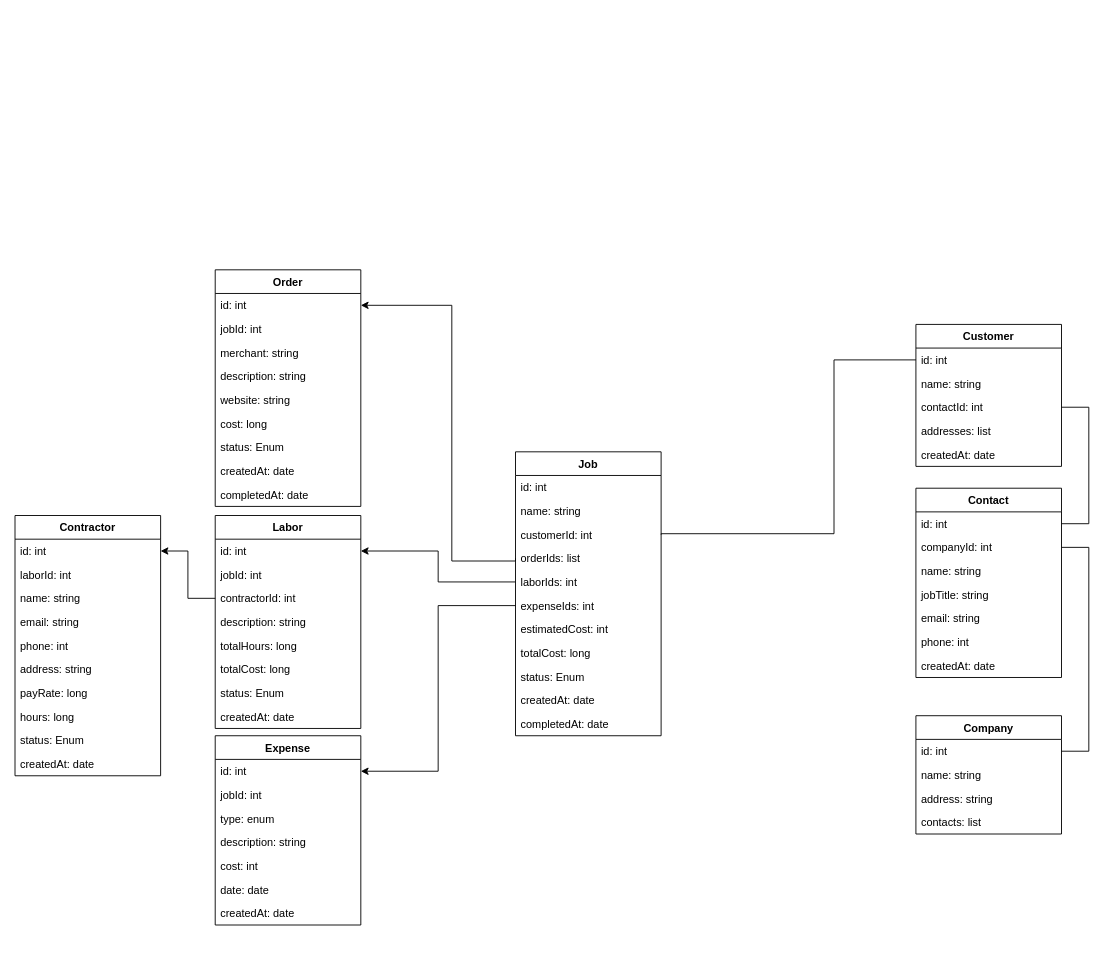
This is Database Relationships.drawio from joshuarreid/JobManager, a draw.io file, before an edit. Source tidied: cells renumbered, new cells numbered last; positions are measured from the earlier drawing's top-left corner, leaving out a move shared by most shapes. Both pictures are drawn from the tidied source at 91%, with x=0, y=0 at pixel (15, 269).
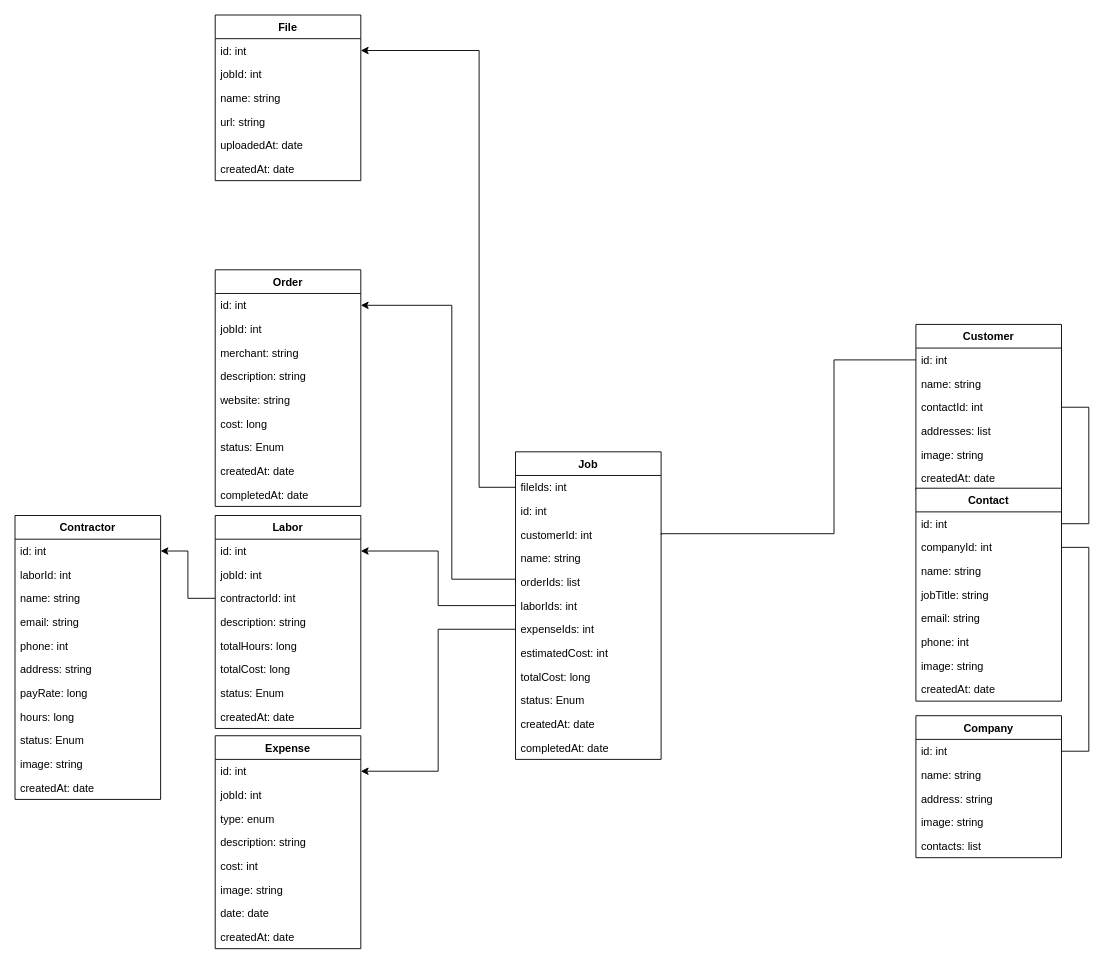
The same diagram, later.

Unchanged cells that the change refers to:
```xml
<mxCell id="34" value="id: int" style="text;strokeColor=none;fillColor=none;align=left;verticalAlign=top;spacingLeft=4;spacingRight=4;overflow=hidden;points=[[0,0.5],[1,0.5]];portConstraint=eastwest;" parent="33" vertex="1">
  <mxGeometry y="26" width="160" height="26" as="geometry" />
</mxCell>
```

The edit, as a diff of the source:
```diff
@@
     <mxCell id="2" value="Customer" style="swimlane;fontStyle=1;align=center;verticalAlign=top;horizontal=1;startSize=26;" parent="1" vertex="1">
-      <mxGeometry x="990" y="60" width="160" height="156" as="geometry" />
+      <mxGeometry x="990" y="60" width="160" height="182" as="geometry" />
     </mxCell>
@@
+    <mxCell id="78" value="image: string" style="text;strokeColor=none;fillColor=none;align=left;verticalAlign=top;spacingLeft=4;spacingRight=4;overflow=hidden;" parent="2" vertex="1">
+      <mxGeometry y="130" width="160" height="26" as="geometry" />
+    </mxCell>
     <mxCell id="7" value="createdAt: date " style="text;strokeColor=none;fillColor=none;align=left;verticalAlign=top;spacingLeft=4;spacingRight=4;overflow=hidden;" parent="2" vertex="1">
-      <mxGeometry y="130" width="160" height="26" as="geometry" />
+      <mxGeometry y="156" width="160" height="26" as="geometry" />
     </mxCell>
     <mxCell id="8" value="Company" style="swimlane;fontStyle=1;align=center;verticalAlign=top;horizontal=1;startSize=26;" parent="1" vertex="1">
-      <mxGeometry x="990" y="490" width="160" height="130" as="geometry" />
+      <mxGeometry x="990" y="490" width="160" height="156" as="geometry" />
     </mxCell>
@@
+    <mxCell id="79" value="image: string" style="text;strokeColor=none;fillColor=none;align=left;verticalAlign=top;spacingLeft=4;spacingRight=4;overflow=hidden;" parent="8" vertex="1">
+      <mxGeometry y="104" width="160" height="26" as="geometry" />
+    </mxCell>
     <mxCell id="12" value="contacts: list" style="text;strokeColor=none;fillColor=none;align=left;verticalAlign=top;spacingLeft=4;spacingRight=4;overflow=hidden;" parent="8" vertex="1">
-      <mxGeometry y="104" width="160" height="26" as="geometry" />
+      <mxGeometry y="130" width="160" height="26" as="geometry" />
     </mxCell>
     <mxCell id="13" value="Contact" style="swimlane;fontStyle=1;align=center;verticalAlign=top;horizontal=1;startSize=26;" parent="1" vertex="1">
-      <mxGeometry x="990" y="240" width="160" height="208" as="geometry" />
+      <mxGeometry x="990" y="240" width="160" height="234" as="geometry" />
     </mxCell>
@@
+    <mxCell id="80" value="image: string" style="text;strokeColor=none;fillColor=none;align=left;verticalAlign=top;spacingLeft=4;spacingRight=4;overflow=hidden;" parent="13" vertex="1">
+      <mxGeometry y="182" width="160" height="26" as="geometry" />
+    </mxCell>
     <mxCell id="20" value="createdAt: date " style="text;strokeColor=none;fillColor=none;align=left;verticalAlign=top;spacingLeft=4;spacingRight=4;overflow=hidden;" parent="13" vertex="1">
-      <mxGeometry y="182" width="160" height="26" as="geometry" />
+      <mxGeometry y="208" width="160" height="26" as="geometry" />
     </mxCell>
     <mxCell id="21" value="Job" style="swimlane;fontStyle=1;align=center;verticalAlign=top;horizontal=1;startSize=26;" parent="1" vertex="1">
-      <mxGeometry x="550" y="200" width="160" height="312" as="geometry" />
+      <mxGeometry x="550" y="200" width="160" height="338" as="geometry" />
     </mxCell>
+    <mxCell id="81" value="fileIds: int" style="text;strokeColor=none;fillColor=none;align=left;verticalAlign=top;spacingLeft=4;spacingRight=4;overflow=hidden;points=[[0,0.5],[1,0.5]];portConstraint=eastwest;" parent="21" vertex="1">
+      <mxGeometry y="26" width="160" height="26" as="geometry" />
+    </mxCell>
     <mxCell id="22" value="id: int" style="text;strokeColor=none;fillColor=none;align=left;verticalAlign=top;spacingLeft=4;spacingRight=4;overflow=hidden;" parent="21" vertex="1">
-      <mxGeometry y="26" width="160" height="26" as="geometry" />
+      <mxGeometry y="52" width="160" height="26" as="geometry" />
     </mxCell>
+    <mxCell id="24" value="customerId: int" style="text;strokeColor=none;fillColor=none;align=left;verticalAlign=top;spacingLeft=4;spacingRight=4;overflow=hidden;points=[[0,0.5],[1,0.5]];portConstraint=eastwest;" parent="21" vertex="1">
+      <mxGeometry y="78" width="160" height="26" as="geometry" />
+    </mxCell>
     <mxCell id="23" value="name: string" style="text;strokeColor=none;fillColor=none;align=left;verticalAlign=top;spacingLeft=4;spacingRight=4;overflow=hidden;" parent="21" vertex="1">
-      <mxGeometry y="52" width="160" height="26" as="geometry" />
+      <mxGeometry y="104" width="160" height="26" as="geometry" />
     </mxCell>
-    <mxCell id="24" value="customerId: int" style="text;strokeColor=none;fillColor=none;align=left;verticalAlign=top;spacingLeft=4;spacingRight=4;overflow=hidden;points=[[0,0.5],[1,0.5]];portConstraint=eastwest;" parent="21" vertex="1">
-      <mxGeometry y="78" width="160" height="26" as="geometry" />
-    </mxCell>
     <mxCell id="25" value="orderIds: list" style="text;strokeColor=none;fillColor=none;align=left;verticalAlign=top;spacingLeft=4;spacingRight=4;overflow=hidden;points=[[0,0.5],[1,0.5]];portConstraint=eastwest;" parent="21" vertex="1">
-      <mxGeometry y="104" width="160" height="26" as="geometry" />
+      <mxGeometry y="130" width="160" height="26" as="geometry" />
     </mxCell>
     <mxCell id="26" value="laborIds: int" style="text;strokeColor=none;fillColor=none;align=left;verticalAlign=top;spacingLeft=4;spacingRight=4;overflow=hidden;points=[[0,0.5],[1,0.5]];portConstraint=eastwest;" parent="21" vertex="1">
-      <mxGeometry y="130" width="160" height="26" as="geometry" />
+      <mxGeometry y="156" width="160" height="26" as="geometry" />
     </mxCell>
     <mxCell id="27" value="expenseIds: int" style="text;strokeColor=none;fillColor=none;align=left;verticalAlign=top;spacingLeft=4;spacingRight=4;overflow=hidden;points=[[0,0.5],[1,0.5]];portConstraint=eastwest;" parent="21" vertex="1">
-      <mxGeometry y="156" width="160" height="26" as="geometry" />
+      <mxGeometry y="182" width="160" height="26" as="geometry" />
     </mxCell>
     <mxCell id="28" value="estimatedCost: int" style="text;strokeColor=none;fillColor=none;align=left;verticalAlign=top;spacingLeft=4;spacingRight=4;overflow=hidden;" parent="21" vertex="1">
-      <mxGeometry y="182" width="160" height="26" as="geometry" />
+      <mxGeometry y="208" width="160" height="26" as="geometry" />
     </mxCell>
     <mxCell id="29" value="totalCost: long" style="text;strokeColor=none;fillColor=none;align=left;verticalAlign=top;spacingLeft=4;spacingRight=4;overflow=hidden;" parent="21" vertex="1">
-      <mxGeometry y="208" width="160" height="26" as="geometry" />
+      <mxGeometry y="234" width="160" height="26" as="geometry" />
     </mxCell>
     <mxCell id="30" value="status: Enum" style="text;strokeColor=none;fillColor=none;align=left;verticalAlign=top;spacingLeft=4;spacingRight=4;overflow=hidden;" parent="21" vertex="1">
-      <mxGeometry y="234" width="160" height="26" as="geometry" />
+      <mxGeometry y="260" width="160" height="26" as="geometry" />
     </mxCell>
     <mxCell id="31" value="createdAt: date " style="text;strokeColor=none;fillColor=none;align=left;verticalAlign=top;spacingLeft=4;spacingRight=4;overflow=hidden;" parent="21" vertex="1">
-      <mxGeometry y="260" width="160" height="26" as="geometry" />
+      <mxGeometry y="286" width="160" height="26" as="geometry" />
     </mxCell>
     <mxCell id="32" value="completedAt: date " style="text;strokeColor=none;fillColor=none;align=left;verticalAlign=top;spacingLeft=4;spacingRight=4;overflow=hidden;" parent="21" vertex="1">
-      <mxGeometry y="286" width="160" height="26" as="geometry" />
+      <mxGeometry y="312" width="160" height="26" as="geometry" />
     </mxCell>
@@
     <mxCell id="55" value="Expense" style="swimlane;fontStyle=1;align=center;verticalAlign=top;horizontal=1;startSize=26;" parent="1" vertex="1">
-      <mxGeometry x="220" y="512" width="160" height="208" as="geometry" />
+      <mxGeometry x="220" y="512" width="160" height="234" as="geometry" />
     </mxCell>
@@
+    <mxCell id="82" value="image: string" style="text;strokeColor=none;fillColor=none;align=left;verticalAlign=top;spacingLeft=4;spacingRight=4;overflow=hidden;" parent="55" vertex="1">
+      <mxGeometry y="156" width="160" height="26" as="geometry" />
+    </mxCell>
     <mxCell id="61" value="date: date" style="text;strokeColor=none;fillColor=none;align=left;verticalAlign=top;spacingLeft=4;spacingRight=4;overflow=hidden;" parent="55" vertex="1">
-      <mxGeometry y="156" width="160" height="26" as="geometry" />
+      <mxGeometry y="182" width="160" height="26" as="geometry" />
     </mxCell>
     <mxCell id="62" value="createdAt: date " style="text;strokeColor=none;fillColor=none;align=left;verticalAlign=top;spacingLeft=4;spacingRight=4;overflow=hidden;" parent="55" vertex="1">
-      <mxGeometry y="182" width="160" height="26" as="geometry" />
+      <mxGeometry y="208" width="160" height="26" as="geometry" />
     </mxCell>
     <mxCell id="63" value="Contractor" style="swimlane;fontStyle=1;align=center;verticalAlign=top;horizontal=1;startSize=26;" parent="1" vertex="1">
-      <mxGeometry y="270" width="160" height="286" as="geometry" />
+      <mxGeometry y="270" width="160" height="312" as="geometry" />
     </mxCell>
@@
+    <mxCell id="83" value="image: string" style="text;strokeColor=none;fillColor=none;align=left;verticalAlign=top;spacingLeft=4;spacingRight=4;overflow=hidden;" parent="63" vertex="1">
+      <mxGeometry y="260" width="160" height="26" as="geometry" />
+    </mxCell>
     <mxCell id="73" value="createdAt: date " style="text;strokeColor=none;fillColor=none;align=left;verticalAlign=top;spacingLeft=4;spacingRight=4;overflow=hidden;" parent="63" vertex="1">
-      <mxGeometry y="260" width="160" height="26" as="geometry" />
+      <mxGeometry y="286" width="160" height="26" as="geometry" />
     </mxCell>
@@
     <mxCell id="75" style="edgeStyle=orthogonalEdgeStyle;rounded=0;jettySize=auto;html=1;exitX=0;exitY=0.5;exitDx=0;exitDy=0;entryX=1;entryY=0.5;entryDx=0;entryDy=0;" parent="1" edge="1" source="25" target="34">
       <mxGeometry relative="1" as="geometry">
         <Array as="points">
-          <mxPoint x="550" y="320" />
-          <mxPoint x="480" y="320" />
+          <mxPoint x="550" y="340" />
+          <mxPoint x="480" y="340" />
           <mxPoint x="480" y="39" />
         </Array>
       </mxGeometry>
     </mxCell>
@@
+    <mxCell id="84" value="File" style="swimlane;fontStyle=1;align=center;verticalAlign=top;horizontal=1;startSize=26;" parent="1" vertex="1">
+      <mxGeometry x="220" y="-280" width="160" height="182" as="geometry" />
+    </mxCell>
+    <mxCell id="85" value="id: int" style="text;strokeColor=none;fillColor=none;align=left;verticalAlign=top;spacingLeft=4;spacingRight=4;overflow=hidden;points=[[0,0.5],[1,0.5]];portConstraint=eastwest;" parent="84" vertex="1">
+      <mxGeometry y="26" width="160" height="26" as="geometry" />
+    </mxCell>
+    <mxCell id="86" value="jobId: int" style="text;strokeColor=none;fillColor=none;align=left;verticalAlign=top;spacingLeft=4;spacingRight=4;overflow=hidden;" parent="84" vertex="1">
+      <mxGeometry y="52" width="160" height="26" as="geometry" />
+    </mxCell>
+    <mxCell id="87" value="name: string&#10;" style="text;strokeColor=none;fillColor=none;align=left;verticalAlign=top;spacingLeft=4;spacingRight=4;overflow=hidden;" parent="84" vertex="1">
+      <mxGeometry y="78" width="160" height="26" as="geometry" />
+    </mxCell>
+    <mxCell id="88" value="url: string" style="text;strokeColor=none;fillColor=none;align=left;verticalAlign=top;spacingLeft=4;spacingRight=4;overflow=hidden;" parent="84" vertex="1">
+      <mxGeometry y="104" width="160" height="26" as="geometry" />
+    </mxCell>
+    <mxCell id="89" value="uploadedAt: date" style="text;strokeColor=none;fillColor=none;align=left;verticalAlign=top;spacingLeft=4;spacingRight=4;overflow=hidden;" parent="84" vertex="1">
+      <mxGeometry y="130" width="160" height="26" as="geometry" />
+    </mxCell>
+    <mxCell id="90" value="createdAt: date " style="text;strokeColor=none;fillColor=none;align=left;verticalAlign=top;spacingLeft=4;spacingRight=4;overflow=hidden;" parent="84" vertex="1">
+      <mxGeometry y="156" width="160" height="26" as="geometry" />
+    </mxCell>
+    <mxCell id="91" style="edgeStyle=orthogonalEdgeStyle;rounded=0;jettySize=auto;html=1;exitX=0;exitY=0.5;exitDx=0;exitDy=0;entryX=1;entryY=0.5;entryDx=0;entryDy=0;" parent="1" edge="1" source="81" target="85">
+      <mxGeometry relative="1" as="geometry">
+        <Array as="points">
+          <mxPoint x="510" y="239" />
+          <mxPoint x="510" y="-241" />
+        </Array>
+      </mxGeometry>
+    </mxCell>
```
